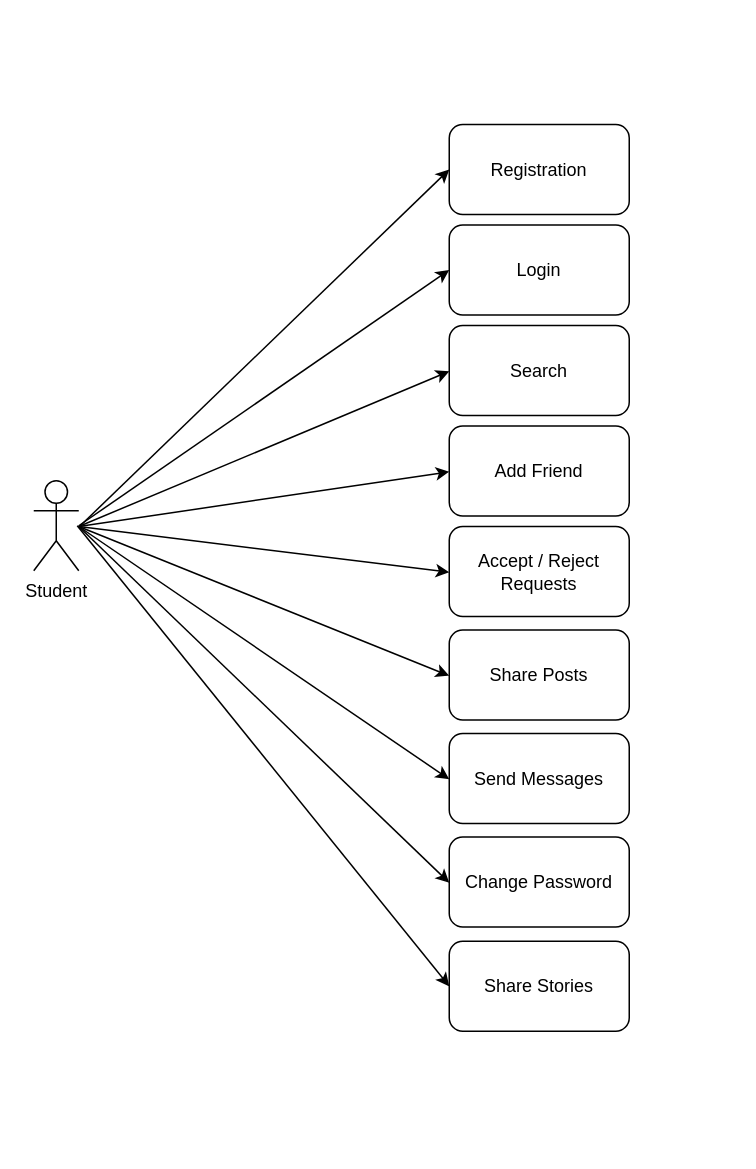
Earlier version of the draw.io diagram Doc/Draw.io/UseCase Diagram.drawio (RadwanSusan/Triibe). Source tidied: cells renumbered, new cells numbered last; positions are measured from the earlier drawing's top-left corner, leaving out a move shared by most shapes. Both pictures are drawn from the tidied source at 150%, with x=0, y=0 at pixel (33, 123).
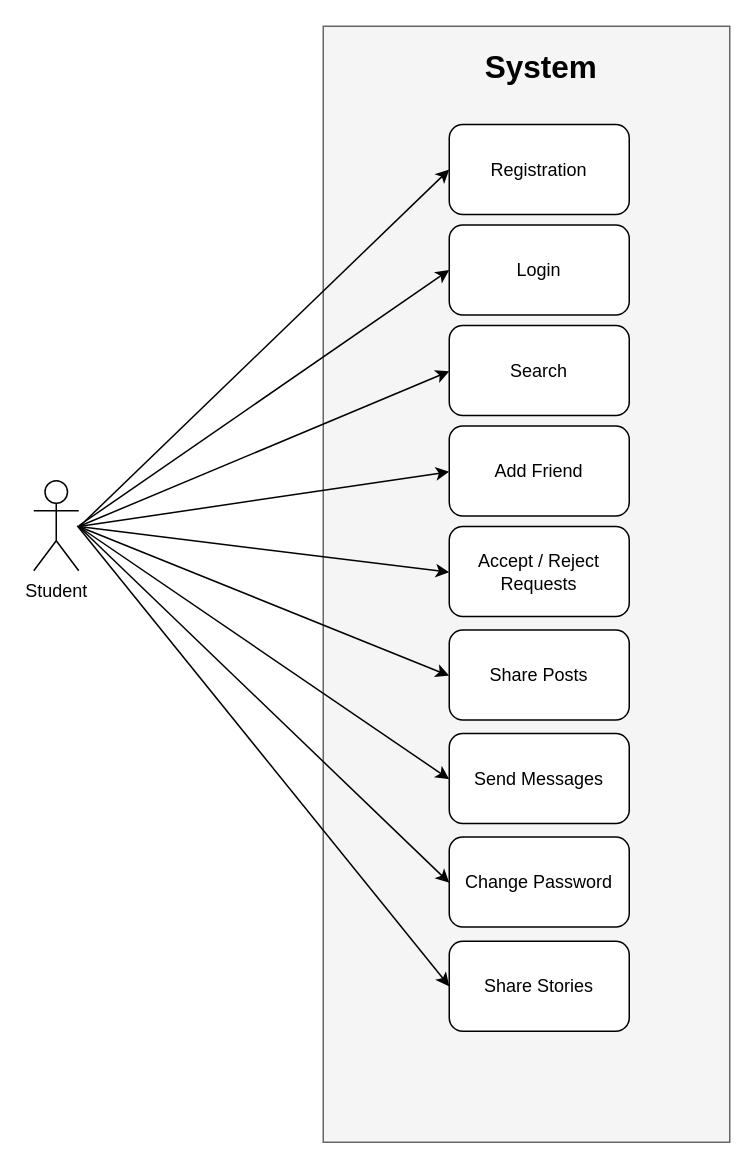
The same diagram, later.

Change to the diagram source:
```diff
@@
+    <mxCell id="21" style="rounded=0;whiteSpace=wrap;html=1;fillColor=#f5f5f5;fontColor=#333333;strokeColor=#666666;" parent="1" vertex="1">
+      <mxGeometry x="193" y="-65" width="271" height="744" as="geometry" />
+    </mxCell>
@@
+    <mxCell id="22" value="&lt;font style=&quot;font-size: 21px&quot;&gt;&lt;b&gt;System&lt;/b&gt;&lt;/font&gt;" style="text;html=1;align=center;verticalAlign=middle;fillColor=none;strokeColor=none;rounded=0;" parent="1" vertex="1">
+      <mxGeometry x="295" y="-49" width="85" height="21" as="geometry" />
+    </mxCell>
```
